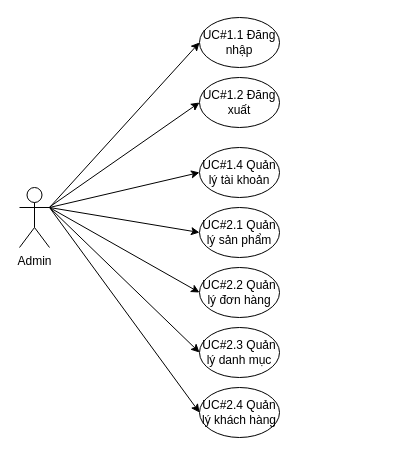
The draw.io diagram UseCaseForAdmin.drawio in A41056/ERD, before the edit. Source tidied: cells renumbered, new cells numbered last; positions are measured from the earlier drawing's top-left corner, leaving out a move shared by most shapes. Both pictures are drawn from the tidied source at 100%, with x=0, y=0 at pixel (19, 17).
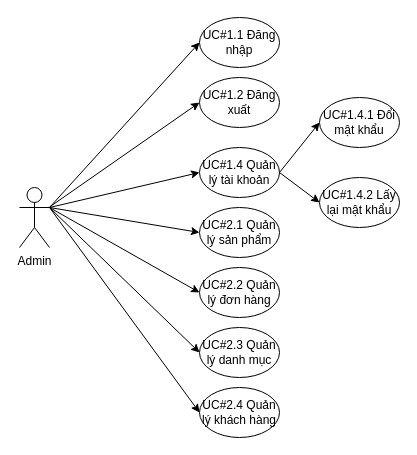
The same page after the edit.

Unchanged cells that the change refers to:
```xml
<mxCell id="5" value="UC#1.4 Quản lý tài khoản" style="ellipse;whiteSpace=wrap;html=1;" parent="1" vertex="1">
  <mxGeometry x="180" y="130" width="80" height="50" as="geometry" />
</mxCell>
```

Diff of the diagram source:
```diff
@@
+    <mxCell id="17" value="UC#1.4.1 Đổi mật khẩu" style="ellipse;whiteSpace=wrap;html=1;" parent="1" vertex="1">
+      <mxGeometry x="300" y="80" width="80" height="50" as="geometry" />
+    </mxCell>
+    <mxCell id="18" value="UC#1.4.2 Lấy lại mật khẩu" style="ellipse;whiteSpace=wrap;html=1;" parent="1" vertex="1">
+      <mxGeometry x="300" y="160" width="80" height="50" as="geometry" />
+    </mxCell>
+    <mxCell id="19" style="endArrow=classic;html=1;rounded=0;entryX=0;entryY=0.5;entryDx=0;entryDy=0;exitX=1;exitY=0.5;exitDx=0;exitDy=0;" parent="1" edge="1" source="5" target="17">
+      <mxGeometry relative="1" as="geometry" />
+    </mxCell>
+    <mxCell id="20" style="endArrow=classic;html=1;rounded=0;entryX=0;entryY=0.5;entryDx=0;entryDy=0;exitX=1;exitY=0.5;exitDx=0;exitDy=0;" parent="1" edge="1" source="5" target="18">
+      <mxGeometry relative="1" as="geometry" />
+    </mxCell>
```
